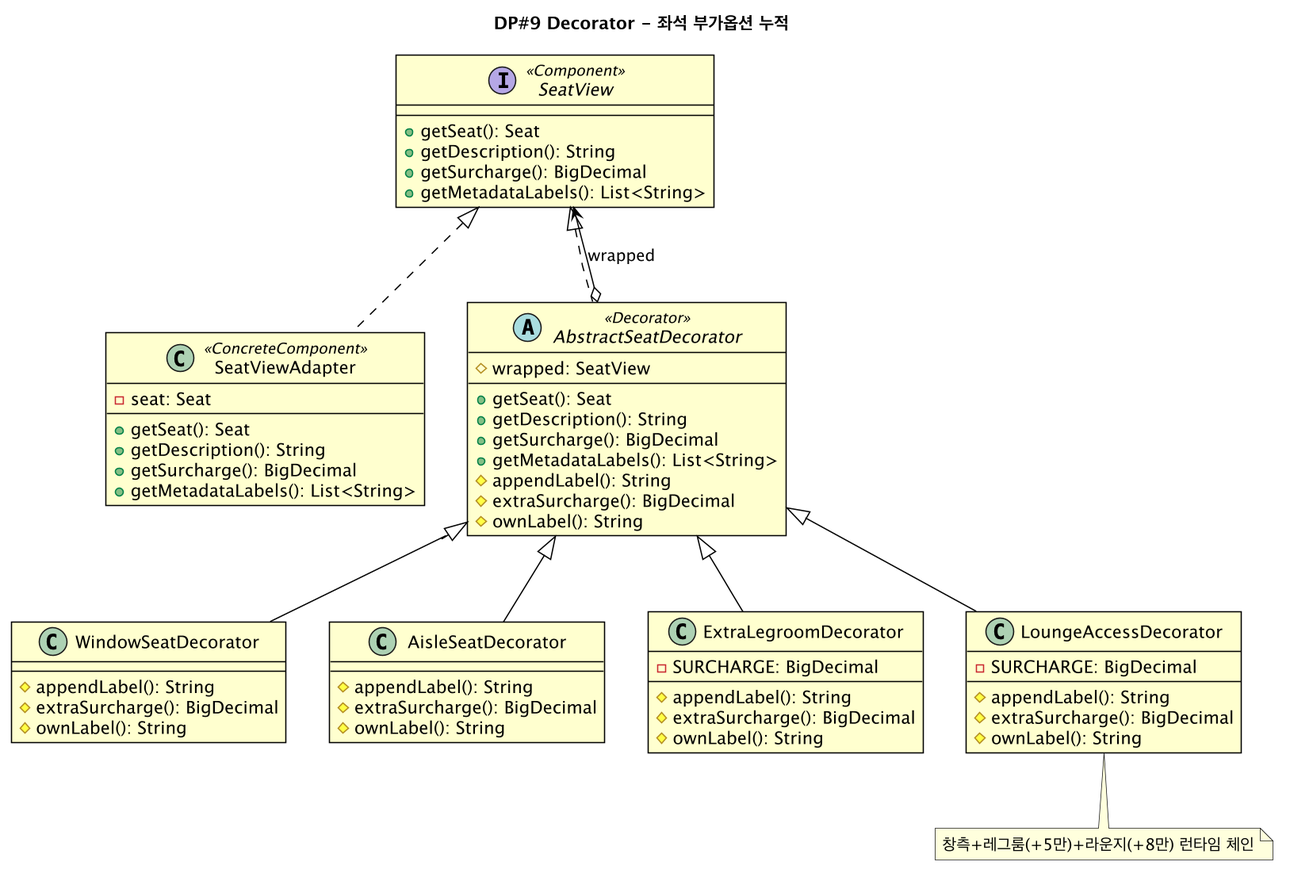
Before: docs/diagrams/iter4-puml/dp9-decorator.png, a diagram exported from PlantUML (gimjungwook/KoreanAirReservationDomain).
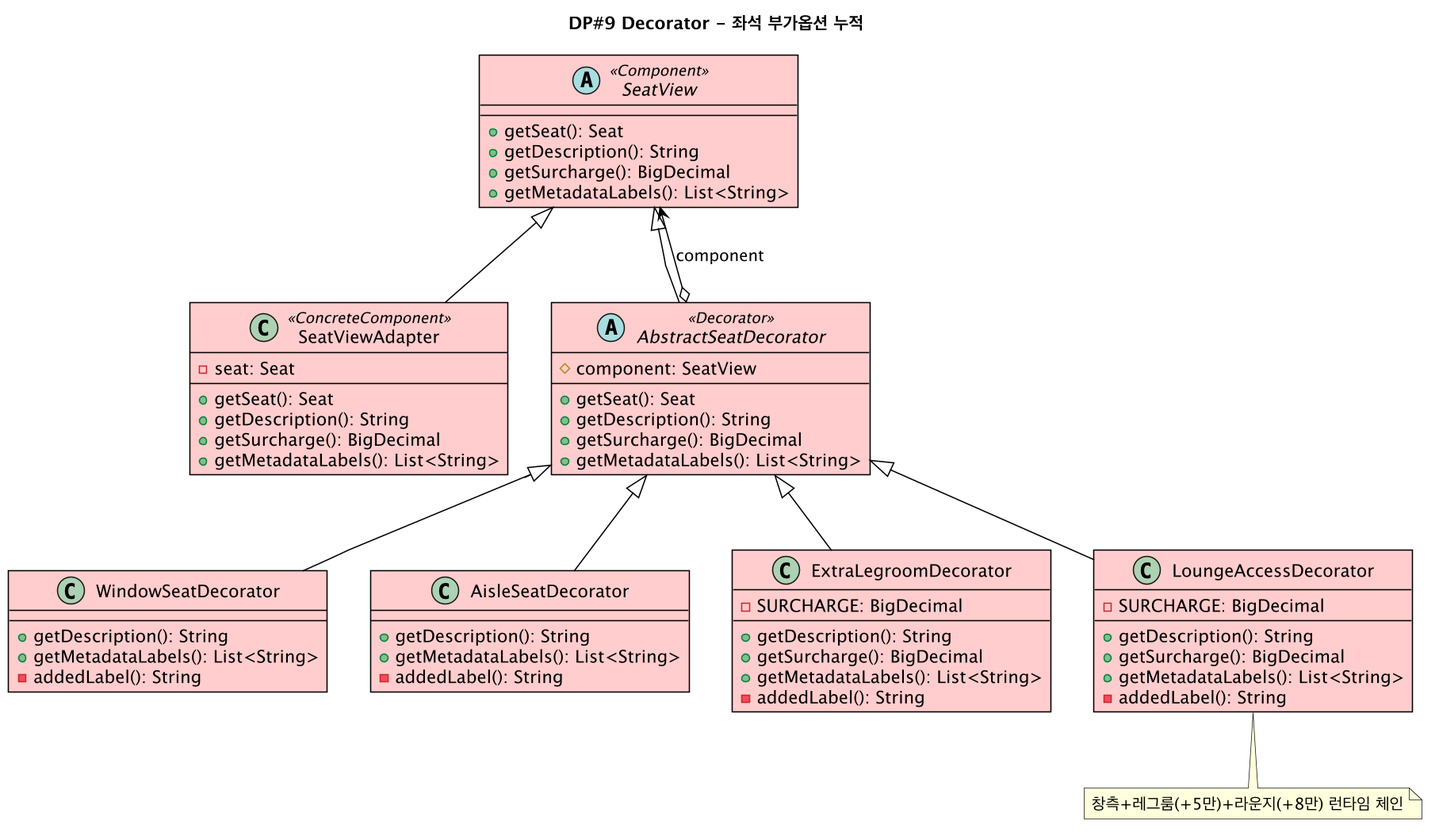
The same file after the commit.

Diff of the diagram source:
```diff
@@ -1,13 +1,13 @@
 @startuml dp9-decorator
 !include _style.puml
 title DP#9 Decorator - 좌석 부가옵션 누적
-interface SeatView <<Component>> {
+abstract class SeatView <<Component>> #FFCCCC {
   +getSeat(): Seat
   +getDescription(): String
   +getSurcharge(): BigDecimal
   +getMetadataLabels(): List<String>
 }
-class SeatViewAdapter <<ConcreteComponent>> {
+class SeatViewAdapter <<ConcreteComponent>> #FFCCCC {
   -seat: Seat
   --
   +getSeat(): Seat
@@ -15,44 +15,43 @@
   +getSurcharge(): BigDecimal
   +getMetadataLabels(): List<String>
 }
-abstract class AbstractSeatDecorator <<Decorator>> {
-  #wrapped: SeatView
+abstract class AbstractSeatDecorator <<Decorator>> #FFCCCC {
+  #component: SeatView
   --
   +getSeat(): Seat
   +getDescription(): String
   +getSurcharge(): BigDecimal
   +getMetadataLabels(): List<String>
-  #appendLabel(): String
-  #extraSurcharge(): BigDecimal
-  #ownLabel(): String
 }
-class WindowSeatDecorator {
-  #appendLabel(): String
-  #extraSurcharge(): BigDecimal
-  #ownLabel(): String
+class WindowSeatDecorator #FFCCCC {
+  +getDescription(): String
+  +getMetadataLabels(): List<String>
+  -addedLabel(): String
 }
-class AisleSeatDecorator {
-  #appendLabel(): String
-  #extraSurcharge(): BigDecimal
-  #ownLabel(): String
+class AisleSeatDecorator #FFCCCC {
+  +getDescription(): String
+  +getMetadataLabels(): List<String>
+  -addedLabel(): String
 }
-class ExtraLegroomDecorator {
+class ExtraLegroomDecorator #FFCCCC {
   -SURCHARGE: BigDecimal
   --
-  #appendLabel(): String
-  #extraSurcharge(): BigDecimal
-  #ownLabel(): String
+  +getDescription(): String
+  +getSurcharge(): BigDecimal
+  +getMetadataLabels(): List<String>
+  -addedLabel(): String
 }
-class LoungeAccessDecorator {
+class LoungeAccessDecorator #FFCCCC {
   -SURCHARGE: BigDecimal
   --
-  #appendLabel(): String
-  #extraSurcharge(): BigDecimal
-  #ownLabel(): String
+  +getDescription(): String
+  +getSurcharge(): BigDecimal
+  +getMetadataLabels(): List<String>
+  -addedLabel(): String
 }
-SeatView <|.. SeatViewAdapter
-SeatView <|.. AbstractSeatDecorator
-AbstractSeatDecorator o--> SeatView : wrapped
+SeatView <|-- SeatViewAdapter
+SeatView <|-- AbstractSeatDecorator
+AbstractSeatDecorator o--> SeatView : component
 AbstractSeatDecorator <|-- WindowSeatDecorator
 AbstractSeatDecorator <|-- AisleSeatDecorator
 AbstractSeatDecorator <|-- ExtraLegroomDecorator
```
